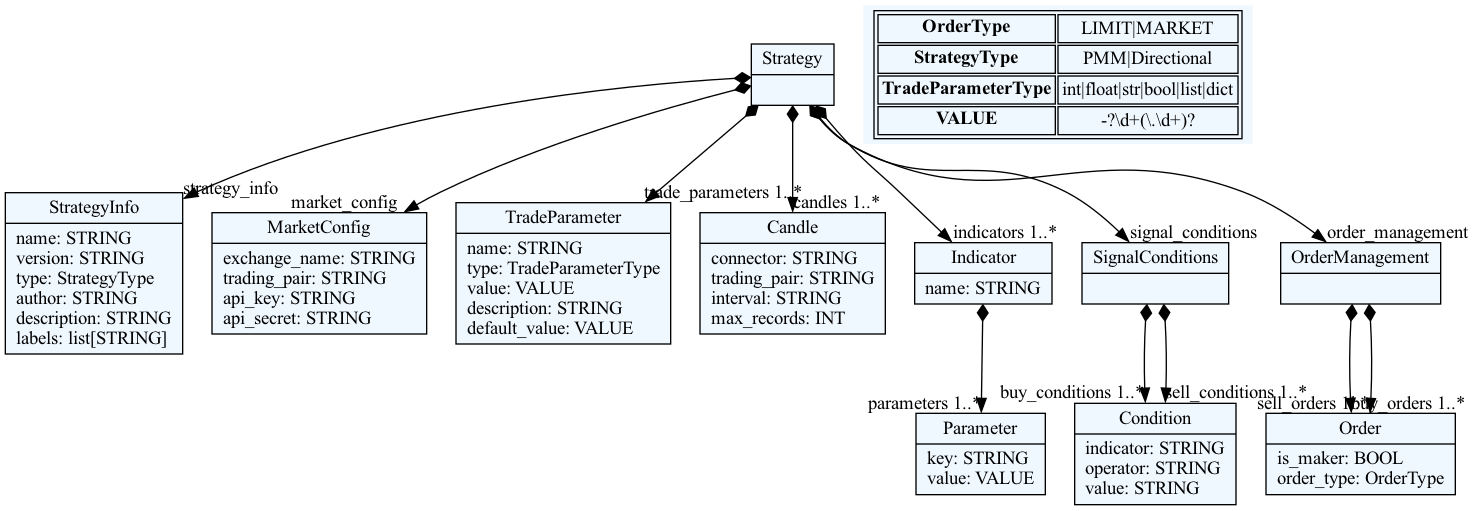
christos99/custom_hummingbot_HFCTB_DSL keeps this Graphviz diagram as textx/grammar.dot.png. Above is the earlier version. Its source is kept beside it as textx/grammar.dot.
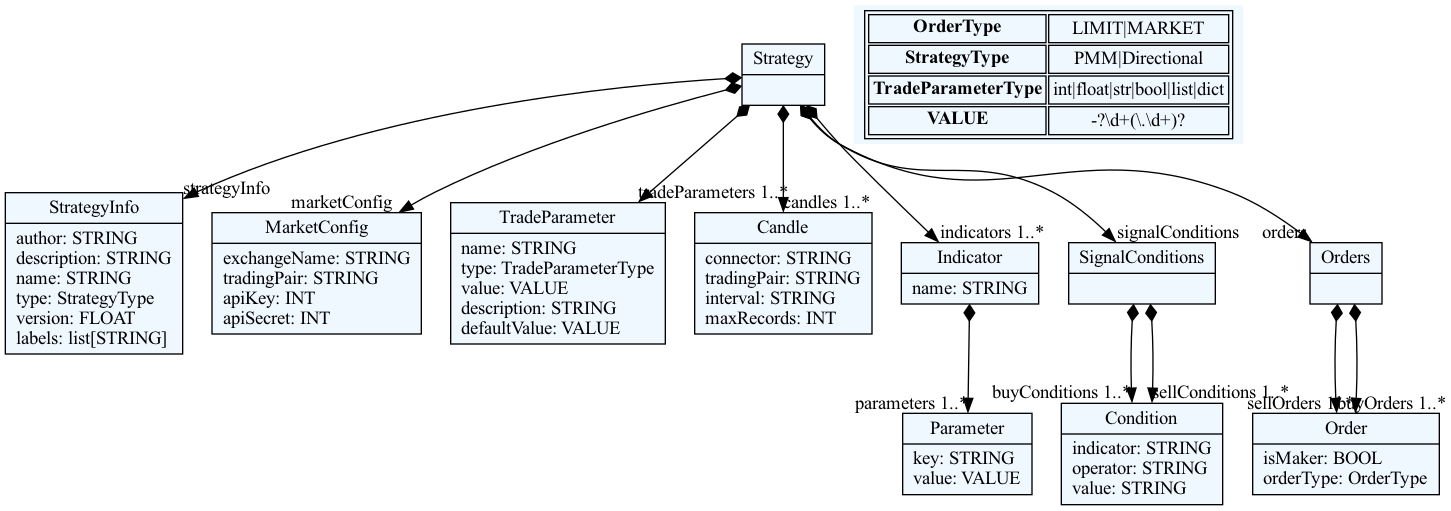
The same file after the commit.

Diff of the diagram source:
```diff
@@ -10,42 +10,42 @@
     edge[dir=black,arrowtail=empty]
 
 
-4561803408[ label="{Strategy|}"]
+5202601696[ label="{Strategy|}"]
 
-4561805328[ label="{StrategyInfo|name: STRING\lversion: STRING\ltype: StrategyType\lauthor: STRING\ldescription: STRING\llabels: list[STRING]\l}"]
+5202603616[ label="{StrategyInfo|author: STRING\ldescription: STRING\lname: STRING\ltype: StrategyType\lversion: FLOAT\llabels: list[STRING]\l}"]
 
-4561810704[ label="{MarketConfig|exchange_name: STRING\ltrading_pair: STRING\lapi_key: STRING\lapi_secret: STRING\l}"]
+5202608992[ label="{MarketConfig|exchangeName: STRING\ltradingPair: STRING\lapiKey: INT\lapiSecret: INT\l}"]
 
-4561813392[ label="{TradeParameter|name: STRING\ltype: TradeParameterType\lvalue: VALUE\ldescription: STRING\ldefault_value: VALUE\l}"]
+5202611680[ label="{TradeParameter|name: STRING\ltype: TradeParameterType\lvalue: VALUE\ldescription: STRING\ldefaultValue: VALUE\l}"]
 
-4561818768[ label="{Candle|connector: STRING\ltrading_pair: STRING\linterval: STRING\lmax_records: INT\l}"]
+5202617056[ label="{Candle|connector: STRING\ltradingPair: STRING\linterval: STRING\lmaxRecords: INT\l}"]
 
-4561821456[ label="{Indicator|name: STRING\l}"]
+5202619744[ label="{Indicator|name: STRING\l}"]
 
-4561824144[ label="{Parameter|key: STRING\lvalue: VALUE\l}"]
+5202622432[ label="{Parameter|key: STRING\lvalue: VALUE\l}"]
 
-4561826832[ label="{SignalConditions|}"]
+5202625120[ label="{SignalConditions|}"]
 
-4561829520[ label="{Condition|indicator: STRING\loperator: STRING\lvalue: STRING\l}"]
+5202627808[ label="{Condition|indicator: STRING\loperator: STRING\lvalue: STRING\l}"]
 
-4561832208[ label="{OrderManagement|}"]
+5202630496[ label="{Orders|}"]
 
-4561834896[ label="{Order|is_maker: BOOL\lorder_type: OrderType\l}"]
+5202633184[ label="{Order|isMaker: BOOL\lorderType: OrderType\l}"]
 
 
 
-4561803408 -> 4561805328[arrowtail=diamond, dir=both, headlabel="strategy_info "]
-4561803408 -> 4561810704[arrowtail=diamond, dir=both, headlabel="market_config "]
-4561803408 -> 4561813392[arrowtail=diamond, dir=both, headlabel="trade_parameters 1..*"]
-4561803408 -> 4561818768[arrowtail=diamond, dir=both, headlabel="candles 1..*"]
-4561803408 -> 4561821456[arrowtail=diamond, dir=both, headlabel="indicators 1..*"]
-4561803408 -> 4561826832[arrowtail=diamond, dir=both, headlabel="signal_conditions "]
-4561803408 -> 4561832208[arrowtail=diamond, dir=both, headlabel="order_management "]
-4561821456 -> 4561824144[arrowtail=diamond, dir=both, headlabel="parameters 1..*"]
-4561826832 -> 4561829520[arrowtail=diamond, dir=both, headlabel="buy_conditions 1..*"]
-4561826832 -> 4561829520[arrowtail=diamond, dir=both, headlabel="sell_conditions 1..*"]
-4561832208 -> 4561834896[arrowtail=diamond, dir=both, headlabel="buy_orders 1..*"]
-4561832208 -> 4561834896[arrowtail=diamond, dir=both, headlabel="sell_orders 1..*"]
+5202601696 -> 5202603616[arrowtail=diamond, dir=both, headlabel="strategyInfo "]
+5202601696 -> 5202608992[arrowtail=diamond, dir=both, headlabel="marketConfig "]
+5202601696 -> 5202611680[arrowtail=diamond, dir=both, headlabel="tradeParameters 1..*"]
+5202601696 -> 5202617056[arrowtail=diamond, dir=both, headlabel="candles 1..*"]
+5202601696 -> 5202619744[arrowtail=diamond, dir=both, headlabel="indicators 1..*"]
+5202601696 -> 5202625120[arrowtail=diamond, dir=both, headlabel="signalConditions "]
+5202601696 -> 5202630496[arrowtail=diamond, dir=both, headlabel="orders "]
+5202619744 -> 5202622432[arrowtail=diamond, dir=both, headlabel="parameters 1..*"]
+5202625120 -> 5202627808[arrowtail=diamond, dir=both, headlabel="buyConditions 1..*"]
+5202625120 -> 5202627808[arrowtail=diamond, dir=both, headlabel="sellConditions 1..*"]
+5202630496 -> 5202633184[arrowtail=diamond, dir=both, headlabel="buyOrders 1..*"]
+5202630496 -> 5202633184[arrowtail=diamond, dir=both, headlabel="sellOrders 1..*"]
 match_rules [ shape=plaintext, label=< <table>
 	<tr>
 		<td><b>OrderType</b></td><td>LIMIT|MARKET</td>
```
